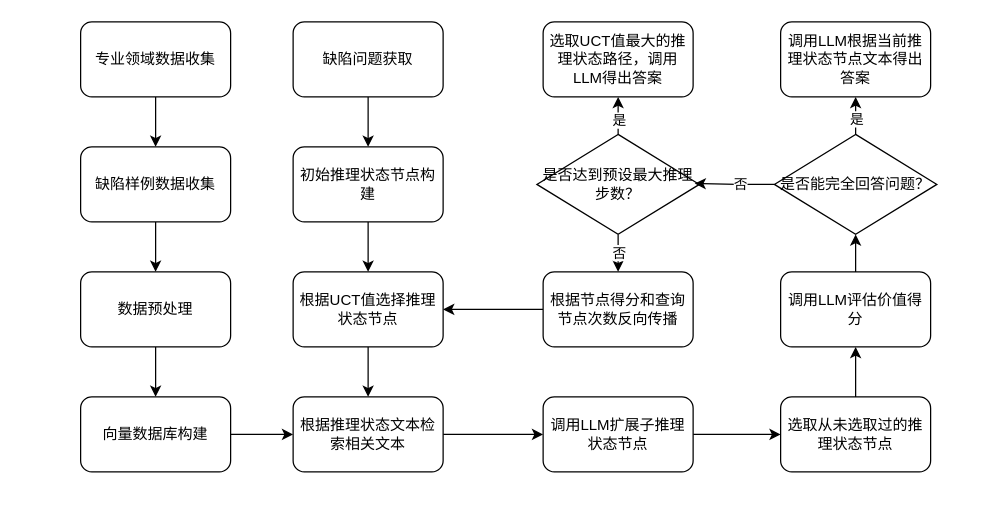
This is page "专利方法图" (5 of 5) of 航电专利1.drawio from fydgmy/jubilant-potato, a draw.io file, before an edit. Source tidied: cells renumbered, new cells numbered last; positions are measured from the earlier drawing's top-left corner, leaving out a move shared by most shapes. Both pictures are drawn from the tidied source at 125%, with x=0, y=0 at pixel (80, 21).
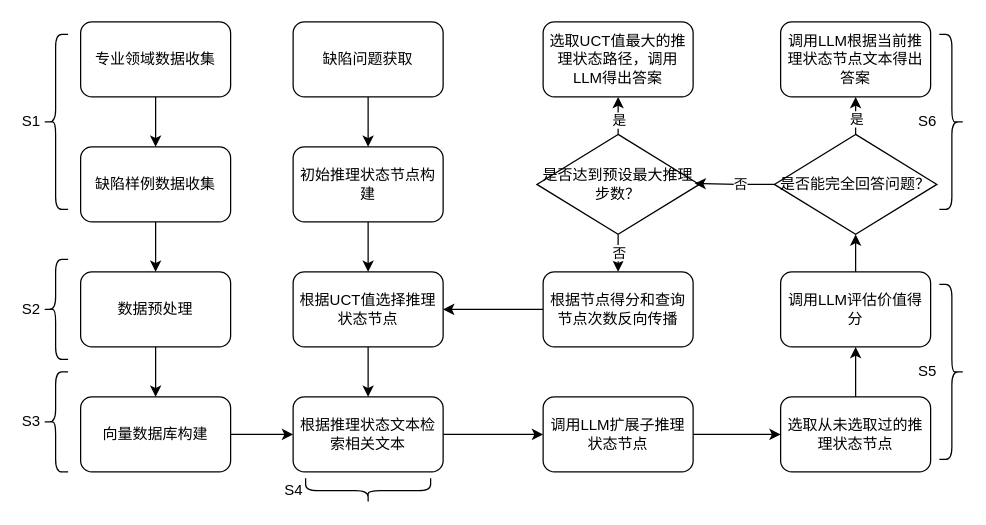
The same diagram, later.

Commit message:
更新航电专利1.drawio

What changed in the source:
```diff
@@
+    <mxCell id="38" value="S1" style="shape=curlyBracket;whiteSpace=wrap;html=1;rounded=1;labelPosition=left;verticalLabelPosition=middle;align=right;verticalAlign=middle;" parent="1" vertex="1">
+      <mxGeometry x="-30" y="10" width="20" height="140" as="geometry" />
+    </mxCell>
+    <mxCell id="39" value="S2" style="shape=curlyBracket;whiteSpace=wrap;html=1;rounded=1;labelPosition=left;verticalLabelPosition=middle;align=right;verticalAlign=middle;" parent="1" vertex="1">
+      <mxGeometry x="-30" y="190" width="20" height="80" as="geometry" />
+    </mxCell>
+    <mxCell id="40" value="S3" style="shape=curlyBracket;whiteSpace=wrap;html=1;rounded=1;labelPosition=left;verticalLabelPosition=middle;align=right;verticalAlign=middle;" parent="1" vertex="1">
+      <mxGeometry x="-30" y="280" width="20" height="80" as="geometry" />
+    </mxCell>
+    <mxCell id="41" value="S4" style="shape=curlyBracket;whiteSpace=wrap;html=1;rounded=1;labelPosition=left;verticalLabelPosition=middle;align=right;verticalAlign=middle;direction=north;" parent="1" vertex="1">
+      <mxGeometry x="180" y="365" width="100" height="20" as="geometry" />
+    </mxCell>
+    <mxCell id="42" value="S5" style="shape=curlyBracket;whiteSpace=wrap;html=1;rounded=1;labelPosition=left;verticalLabelPosition=middle;align=right;verticalAlign=middle;direction=west;" parent="1" vertex="1">
+      <mxGeometry x="687" y="210" width="20" height="140" as="geometry" />
+    </mxCell>
+    <mxCell id="43" value="S6" style="shape=curlyBracket;whiteSpace=wrap;html=1;rounded=1;labelPosition=left;verticalLabelPosition=middle;align=right;verticalAlign=middle;direction=west;" parent="1" vertex="1">
+      <mxGeometry x="687" y="10" width="20" height="140" as="geometry" />
+    </mxCell>
```
